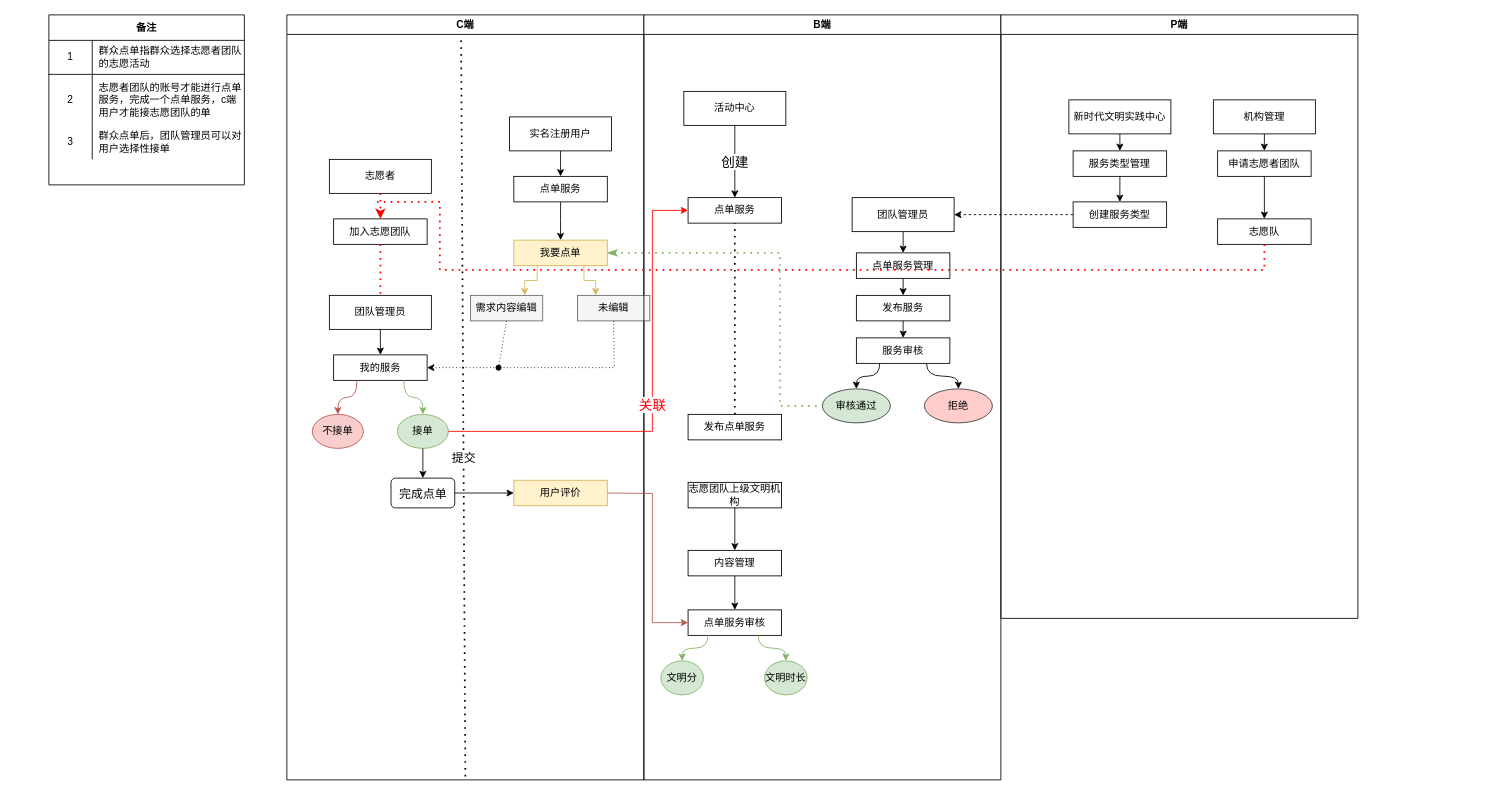
KZ137onethe/hello-world keeps this draw.io diagram as 未命名绘图.drawio. Above is the earlier version. Source tidied: cells renumbered, new cells numbered last; positions are measured from the earlier drawing's top-left corner, leaving out a move shared by most shapes. Both pictures are drawn from the tidied source at 85%, with x=0, y=0 at pixel (48, 14).
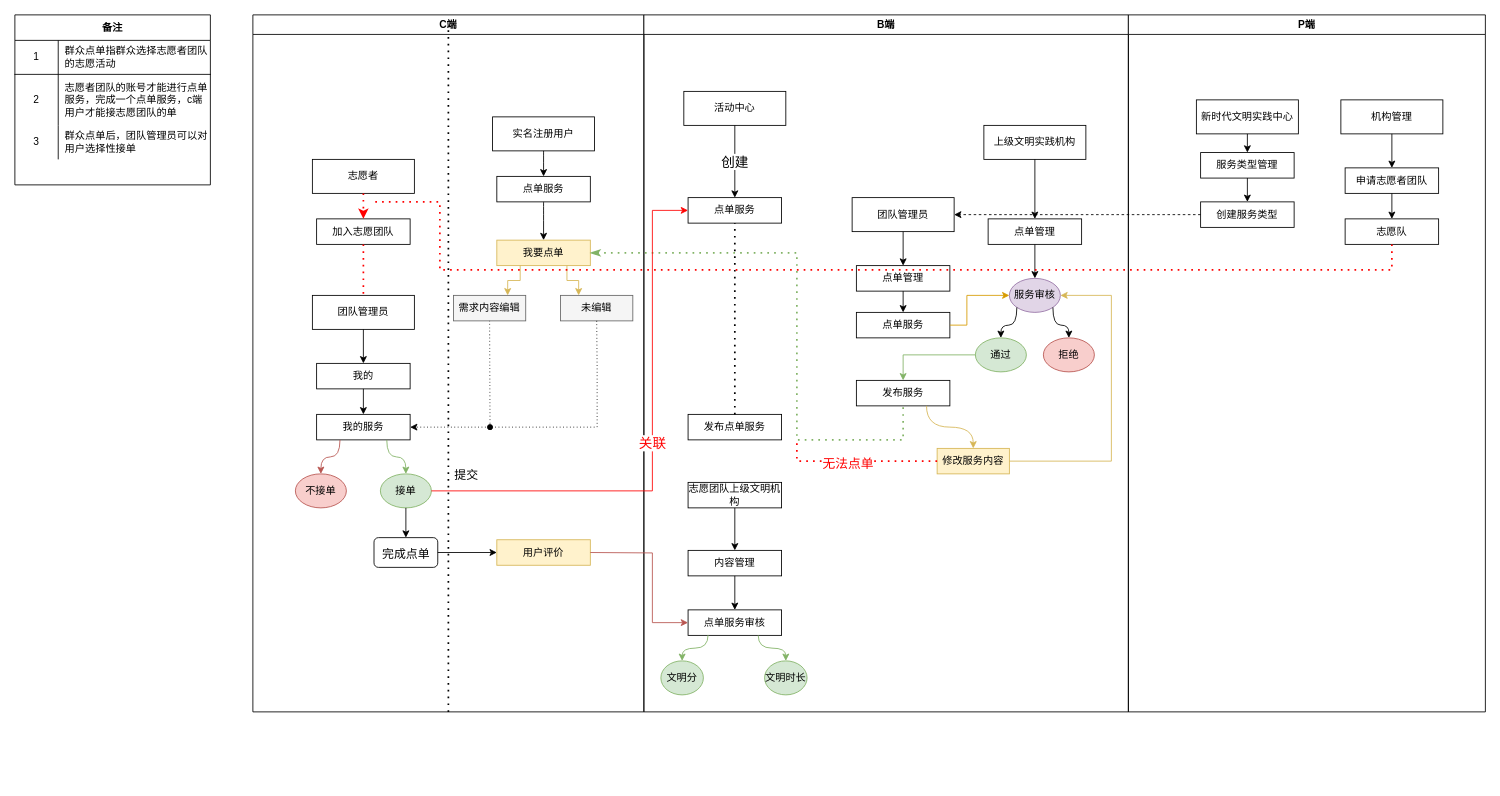
After the change.

Commit message (it also covers changes not shown here):
更新未命名绘图.drawio

Unchanged cells that the change refers to:
```xml
<mxCell id="45" value="团队管理员" style="rounded=0;whiteSpace=wrap;html=1;fontColor=default;strokeColor=default;fillColor=default;" parent="38" vertex="1">
  <mxGeometry x="245" y="215" width="120" height="40" as="geometry" />
</mxCell>
<mxCell id="50" value="点单服务" style="rounded=0;whiteSpace=wrap;html=1;fontColor=default;strokeColor=default;fillColor=default;" parent="38" vertex="1">
  <mxGeometry x="52" y="215" width="110" height="30" as="geometry" />
</mxCell>
<mxCell id="56" value="&lt;span style=&quot;font-weight: 400&quot;&gt;点单服务审核&lt;/span&gt;" style="rounded=0;whiteSpace=wrap;html=1;fontColor=default;strokeColor=default;fillColor=default;fontStyle=1;" parent="38" vertex="1">
  <mxGeometry x="52" y="700" width="110" height="30" as="geometry" />
</mxCell>
<mxCell id="72" value="志愿队" style="rounded=0;whiteSpace=wrap;html=1;fontColor=default;strokeColor=default;fillColor=default;" parent="63" vertex="1">
  <mxGeometry x="255" y="240" width="110" height="30" as="geometry" />
</mxCell>
```

The edit, as a diff of the source:
```diff
@@
     <mxCell id="2" value="备注" style="shape=table;startSize=30;childLayout=tableLayout;rowLines=0;fontStyle=1;align=center;fillColor=default;strokeColor=default;fontColor=default;" parent="1" vertex="1">
-      <mxGeometry width="230" height="200" as="geometry" />
+      <mxGeometry x="-40" width="230" height="200" as="geometry" />
     </mxCell>
@@
     <mxCell id="12" value="C端" style="swimlane;fontColor=default;strokeColor=default;fillColor=default;" parent="1" vertex="1">
-      <mxGeometry x="280" width="420" height="900" as="geometry" />
+      <mxGeometry x="240" width="460" height="820" as="geometry" />
     </mxCell>
     <mxCell id="13" value="我要点单" style="rounded=0;whiteSpace=wrap;html=1;strokeColor=#d6b656;fillColor=#fff2cc;fontColor=default;" parent="12" vertex="1">
-      <mxGeometry x="267" y="265" width="110" height="30" as="geometry" />
+      <mxGeometry x="287" y="265" width="110" height="30" as="geometry" />
     </mxCell>
     <mxCell id="14" value="实名注册用户" style="rounded=0;whiteSpace=wrap;html=1;fontColor=default;strokeColor=default;fillColor=default;" parent="12" vertex="1">
-      <mxGeometry x="262" y="120" width="120" height="40" as="geometry" />
+      <mxGeometry x="282" y="120" width="120" height="40" as="geometry" />
     </mxCell>
     <mxCell id="15" value="点单服务" style="rounded=0;whiteSpace=wrap;html=1;fontColor=default;strokeColor=default;fillColor=default;" parent="12" vertex="1">
-      <mxGeometry x="267" y="190" width="110" height="30" as="geometry" />
+      <mxGeometry x="287" y="190" width="110" height="30" as="geometry" />
     </mxCell>
@@
     <mxCell id="17" value="需求内容编辑" style="rounded=0;whiteSpace=wrap;html=1;fontColor=default;strokeColor=#666666;fillColor=#f5f5f5;" parent="12" vertex="1">
-      <mxGeometry x="216" y="330" width="85" height="30" as="geometry" />
+      <mxGeometry x="236" y="330" width="85" height="30" as="geometry" />
     </mxCell>
@@
     <mxCell id="19" value="未编辑" style="rounded=0;whiteSpace=wrap;html=1;fontColor=default;strokeColor=#666666;fillColor=#f5f5f5;" parent="12" vertex="1">
-      <mxGeometry x="342" y="330" width="85" height="30" as="geometry" />
+      <mxGeometry x="362" y="330" width="85" height="30" as="geometry" />
     </mxCell>
@@
     <mxCell id="22" value="团队管理员" style="rounded=0;whiteSpace=wrap;html=1;fillColor=default;strokeColor=default;fontColor=default;" parent="12" vertex="1">
-      <mxGeometry x="50" y="330" width="120" height="40" as="geometry" />
+      <mxGeometry x="70" y="330" width="120" height="40" as="geometry" />
     </mxCell>
     <mxCell id="23" value="我的服务" style="rounded=0;whiteSpace=wrap;html=1;fontColor=default;strokeColor=default;fillColor=default;" parent="12" vertex="1">
-      <mxGeometry x="55" y="400" width="110" height="30" as="geometry" />
+      <mxGeometry x="75" y="470" width="110" height="30" as="geometry" />
     </mxCell>
     <mxCell id="24" style="endArrow=classic;dashed=1;html=1;dashPattern=1 3;strokeWidth=1;rounded=0;labelBackgroundColor=default;fontSize=14;fontColor=default;fillColor=default;elbow=vertical;exitX=0.5;exitY=1;exitDx=0;exitDy=0;strokeColor=default;startArrow=none;startFill=0;endFill=1;entryX=1;entryY=0.5;entryDx=0;entryDy=0;" parent="12" edge="1" source="19" target="23">
       <mxGeometry relative="1" as="geometry">
         <Array as="points">
-          <mxPoint x="385" y="415" />
-          <mxPoint x="250" y="415" />
+          <mxPoint x="405" y="415" />
+          <mxPoint x="405" y="485" />
         </Array>
       </mxGeometry>
     </mxCell>
     <mxCell id="25" value="接单" style="ellipse;whiteSpace=wrap;html=1;strokeColor=#82b366;fillColor=#d5e8d4;fontColor=default;" parent="12" vertex="1">
-      <mxGeometry x="130" y="470" width="60" height="40" as="geometry" />
+      <mxGeometry x="150" y="540" width="60" height="40" as="geometry" />
     </mxCell>
     <mxCell id="26" value="不接单" style="ellipse;whiteSpace=wrap;html=1;strokeColor=#b85450;fillColor=#f8cecc;fontColor=default;" parent="12" vertex="1">
-      <mxGeometry x="30" y="470" width="60" height="40" as="geometry" />
+      <mxGeometry x="50" y="540" width="60" height="40" as="geometry" />
     </mxCell>
-    <mxCell id="27" style="endArrow=classic;html=1;rounded=0;labelBackgroundColor=default;fontSize=16;fontColor=default;strokeColor=default;strokeWidth=1;fillColor=default;elbow=vertical;exitX=0.5;exitY=1;exitDx=0;exitDy=0;entryX=0.5;entryY=0;entryDx=0;entryDy=0;" parent="12" edge="1" source="22" target="23">
+    <mxCell id="27" style="endArrow=classic;html=1;rounded=0;labelBackgroundColor=default;fontSize=16;fontColor=default;strokeColor=default;strokeWidth=1;fillColor=default;elbow=vertical;exitX=0.5;exitY=1;exitDx=0;exitDy=0;entryX=0.5;entryY=0;entryDx=0;entryDy=0;" parent="12" edge="1" source="22" target="83">
       <mxGeometry relative="1" as="geometry" />
     </mxCell>
@@
     <mxCell id="30" value="&lt;font style=&quot;font-size: 14px&quot; color=&quot;#000000&quot;&gt;完成点单&lt;/font&gt;" style="rounded=1;whiteSpace=wrap;html=1;labelBackgroundColor=default;fontSize=16;fontColor=#FF0000;strokeColor=default;fillColor=default;" parent="12" vertex="1">
-      <mxGeometry x="122.5" y="545" width="75" height="35" as="geometry" />
+      <mxGeometry x="142.5" y="615" width="75" height="35" as="geometry" />
     </mxCell>
@@
     <mxCell id="32" value="用户评价" style="rounded=0;whiteSpace=wrap;html=1;strokeColor=#d6b656;fillColor=#fff2cc;fontColor=default;" parent="12" vertex="1">
-      <mxGeometry x="267" y="547.5" width="110" height="30" as="geometry" />
+      <mxGeometry x="287" y="617.5" width="110" height="30" as="geometry" />
     </mxCell>
@@
     <mxCell id="34" value="志愿者" style="rounded=0;whiteSpace=wrap;html=1;fontColor=default;strokeColor=default;fillColor=default;" parent="12" vertex="1">
-      <mxGeometry x="50" y="170" width="120" height="40" as="geometry" />
+      <mxGeometry x="70" y="170" width="120" height="40" as="geometry" />
     </mxCell>
     <mxCell id="35" value="加入志愿团队" style="rounded=0;whiteSpace=wrap;html=1;fontColor=default;strokeColor=default;fillColor=default;" parent="12" vertex="1">
-      <mxGeometry x="55" y="240" width="110" height="30" as="geometry" />
+      <mxGeometry x="75" y="240" width="110" height="30" as="geometry" />
     </mxCell>
@@
+    <mxCell id="83" value="我的" style="rounded=0;whiteSpace=wrap;html=1;fontColor=default;strokeColor=default;fillColor=default;" parent="12" vertex="1">
+      <mxGeometry x="75" y="410" width="110" height="30" as="geometry" />
+    </mxCell>
+    <mxCell id="84" style="endArrow=classic;html=1;rounded=0;exitX=0.5;exitY=1;exitDx=0;exitDy=0;" parent="12" edge="1" source="83" target="23">
+      <mxGeometry relative="1" as="geometry" />
+    </mxCell>
     <mxCell id="38" value="B端" style="swimlane;fontColor=default;strokeColor=default;fillColor=default;" parent="1" vertex="1">
-      <mxGeometry x="700" width="420" height="900" as="geometry" />
+      <mxGeometry x="700" width="570" height="820" as="geometry" />
     </mxCell>
-    <mxCell id="39" value="点单服务管理" style="rounded=0;whiteSpace=wrap;html=1;fontColor=default;strokeColor=default;fillColor=default;" parent="38" vertex="1">
-      <mxGeometry x="250" y="280" width="110" height="30" as="geometry" />
-    </mxCell>
-    <mxCell id="40" style="endArrow=classic;html=1;rounded=0;labelBackgroundColor=default;fontColor=default;strokeColor=default;exitX=0.5;exitY=1;exitDx=0;exitDy=0;fillColor=default;entryX=0.5;entryY=0;entryDx=0;entryDy=0;" parent="38" edge="1" source="45" target="39">
-      <mxGeometry relative="1" as="geometry" />
+    <mxCell id="40" style="endArrow=classic;html=1;rounded=0;labelBackgroundColor=default;fontColor=default;strokeColor=default;exitX=0.5;exitY=1;exitDx=0;exitDy=0;fillColor=default;" parent="38" edge="1" target="85">
+      <mxGeometry relative="1" as="geometry">
+        <mxPoint x="305" y="240" as="sourcePoint" />
+      </mxGeometry>
     </mxCell>
     <mxCell id="41" value="发布服务" style="rounded=0;whiteSpace=wrap;html=1;fontColor=default;strokeColor=default;fillColor=default;" parent="38" vertex="1">
-      <mxGeometry x="250" y="330" width="110" height="30" as="geometry" />
+      <mxGeometry x="250" y="430" width="110" height="30" as="geometry" />
     </mxCell>
-    <mxCell id="42" style="endArrow=classic;html=1;rounded=0;labelBackgroundColor=default;fontColor=default;strokeColor=default;fillColor=default;exitX=0.5;exitY=1;exitDx=0;exitDy=0;entryX=0.5;entryY=0;entryDx=0;entryDy=0;" parent="38" edge="1" source="39" target="41">
-      <mxGeometry relative="1" as="geometry" />
-    </mxCell>
-    <mxCell id="43" value="服务审核" style="rounded=0;whiteSpace=wrap;html=1;fontColor=default;strokeColor=default;fillColor=default;" parent="38" vertex="1">
-      <mxGeometry x="250" y="380" width="110" height="30" as="geometry" />
-    </mxCell>
-    <mxCell id="44" style="endArrow=classic;html=1;rounded=0;labelBackgroundColor=default;fontColor=default;strokeColor=default;fillColor=default;exitX=0.5;exitY=1;exitDx=0;exitDy=0;entryX=0.5;entryY=0;entryDx=0;entryDy=0;" parent="38" edge="1" source="41" target="43">
-      <mxGeometry relative="1" as="geometry" />
-    </mxCell>
@@
-    <mxCell id="46" value="审核通过" style="ellipse;whiteSpace=wrap;html=1;strokeColor=#36393d;fillColor=#D5E8D4;fontColor=default;" parent="38" vertex="1">
-      <mxGeometry x="210" y="440" width="80" height="40" as="geometry" />
-    </mxCell>
-    <mxCell id="47" value="拒绝" style="ellipse;whiteSpace=wrap;html=1;strokeColor=#36393d;fillColor=#ffcccc;fontColor=default;" parent="38" vertex="1">
-      <mxGeometry x="330" y="440" width="80" height="40" as="geometry" />
-    </mxCell>
-    <mxCell id="48" style="endArrow=classic;html=1;rounded=0;labelBackgroundColor=default;fontColor=default;strokeColor=default;fillColor=default;exitX=0.25;exitY=1;exitDx=0;exitDy=0;entryX=0.5;entryY=0;entryDx=0;entryDy=0;edgeStyle=orthogonalEdgeStyle;curved=1;" parent="38" edge="1" source="43" target="46">
-      <mxGeometry relative="1" as="geometry" />
-    </mxCell>
@@
-    <mxCell id="53" style="endArrow=classic;html=1;rounded=0;exitX=0.75;exitY=1;exitDx=0;exitDy=0;entryX=0.5;entryY=0;entryDx=0;entryDy=0;edgeStyle=orthogonalEdgeStyle;curved=1;" parent="38" edge="1" source="43" target="47">
-      <mxGeometry relative="1" as="geometry" />
-    </mxCell>
@@
+    <mxCell id="85" value="点单管理" style="rounded=0;whiteSpace=wrap;html=1;fontColor=default;strokeColor=default;fillColor=default;" parent="38" vertex="1">
+      <mxGeometry x="250" y="295" width="110" height="30" as="geometry" />
+    </mxCell>
+    <mxCell id="86" value="上级文明实践机构" style="rounded=0;whiteSpace=wrap;html=1;fontColor=default;strokeColor=default;fillColor=default;" parent="38" vertex="1">
+      <mxGeometry x="400" y="130" width="120" height="40" as="geometry" />
+    </mxCell>
+    <mxCell id="87" value="点单服务" style="rounded=0;whiteSpace=wrap;html=1;fontColor=default;strokeColor=default;fillColor=default;" parent="38" vertex="1">
+      <mxGeometry x="250" y="350" width="110" height="30" as="geometry" />
+    </mxCell>
+    <mxCell id="88" style="endArrow=classic;html=1;rounded=0;exitX=1;exitY=0.5;exitDx=0;exitDy=0;entryX=0;entryY=0.5;entryDx=0;entryDy=0;fillColor=#ffe6cc;strokeColor=#d79b00;" parent="38" edge="1" source="87" target="43">
+      <mxGeometry relative="1" as="geometry">
+        <Array as="points">
+          <mxPoint x="380" y="365" />
+          <mxPoint x="380" y="330" />
+        </Array>
+      </mxGeometry>
+    </mxCell>
+    <mxCell id="89" style="endArrow=classic;html=1;rounded=0;exitX=0.5;exitY=1;exitDx=0;exitDy=0;entryX=0.5;entryY=0;entryDx=0;entryDy=0;" parent="38" edge="1" source="85" target="87">
+      <mxGeometry relative="1" as="geometry" />
+    </mxCell>
+    <mxCell id="90" value="点单管理" style="rounded=0;whiteSpace=wrap;html=1;fontColor=default;strokeColor=default;fillColor=default;" parent="38" vertex="1">
+      <mxGeometry x="405" y="240" width="110" height="30" as="geometry" />
+    </mxCell>
+    <mxCell id="91" style="endArrow=classic;html=1;rounded=0;exitX=0.5;exitY=1;exitDx=0;exitDy=0;entryX=0.5;entryY=0;entryDx=0;entryDy=0;" parent="38" edge="1" source="86" target="90">
+      <mxGeometry relative="1" as="geometry" />
+    </mxCell>
+    <mxCell id="43" value="服务审核" style="ellipse;whiteSpace=wrap;html=1;fillColor=#e1d5e7;strokeColor=#9673a6;" parent="38" vertex="1">
+      <mxGeometry x="430" y="310" width="60" height="40" as="geometry" />
+    </mxCell>
+    <mxCell id="92" style="endArrow=classic;html=1;rounded=0;exitX=0.5;exitY=1;exitDx=0;exitDy=0;entryX=0.5;entryY=0;entryDx=0;entryDy=0;" parent="38" edge="1" source="90" target="43">
+      <mxGeometry relative="1" as="geometry" />
+    </mxCell>
+    <mxCell id="93" value="通过" style="ellipse;whiteSpace=wrap;html=1;fillColor=#d5e8d4;strokeColor=#82b366;" parent="38" vertex="1">
+      <mxGeometry x="390" y="380" width="60" height="40" as="geometry" />
+    </mxCell>
+    <mxCell id="47" value="拒绝" style="ellipse;whiteSpace=wrap;html=1;fillColor=#f8cecc;strokeColor=#b85450;" parent="38" vertex="1">
+      <mxGeometry x="470" y="380" width="60" height="40" as="geometry" />
+    </mxCell>
+    <mxCell id="94" style="endArrow=classic;html=1;rounded=0;exitX=0;exitY=1;exitDx=0;exitDy=0;entryX=0.5;entryY=0;entryDx=0;entryDy=0;edgeStyle=orthogonalEdgeStyle;curved=1;" parent="38" edge="1" source="43" target="93">
+      <mxGeometry relative="1" as="geometry" />
+    </mxCell>
+    <mxCell id="53" style="endArrow=classic;html=1;rounded=0;exitX=1;exitY=1;exitDx=0;exitDy=0;entryX=0.5;entryY=0;entryDx=0;entryDy=0;edgeStyle=orthogonalEdgeStyle;curved=1;" parent="38" edge="1" source="43" target="47">
+      <mxGeometry relative="1" as="geometry" />
+    </mxCell>
+    <mxCell id="95" style="endArrow=classic;html=1;rounded=0;exitX=0;exitY=0.5;exitDx=0;exitDy=0;entryX=0.5;entryY=0;entryDx=0;entryDy=0;fillColor=#d5e8d4;strokeColor=#82b366;" parent="38" edge="1" source="93" target="41">
+      <mxGeometry relative="1" as="geometry">
+        <Array as="points">
+          <mxPoint x="305" y="400" />
+        </Array>
+      </mxGeometry>
+    </mxCell>
+    <mxCell id="96" value="修改服务内容" style="rounded=0;whiteSpace=wrap;html=1;strokeColor=#d6b656;fillColor=#fff2cc;fontColor=default;" parent="38" vertex="1">
+      <mxGeometry x="345" y="510" width="85" height="30" as="geometry" />
+    </mxCell>
+    <mxCell id="97" style="endArrow=classic;html=1;rounded=0;exitX=0.75;exitY=1;exitDx=0;exitDy=0;entryX=0.5;entryY=0;entryDx=0;entryDy=0;edgeStyle=orthogonalEdgeStyle;curved=1;fillColor=#fff2cc;strokeColor=#d6b656;" parent="38" edge="1" source="41" target="96">
+      <mxGeometry relative="1" as="geometry" />
+    </mxCell>
+    <mxCell id="98" style="endArrow=classic;html=1;rounded=0;exitX=1;exitY=0.5;exitDx=0;exitDy=0;entryX=1;entryY=0.5;entryDx=0;entryDy=0;fillColor=#fff2cc;strokeColor=#d6b656;" parent="38" edge="1" source="96" target="43">
+      <mxGeometry relative="1" as="geometry">
+        <Array as="points">
+          <mxPoint x="550" y="525" />
+          <mxPoint x="550" y="330" />
+        </Array>
+      </mxGeometry>
+    </mxCell>
     <mxCell id="63" value="P端" style="swimlane;fontColor=default;strokeColor=default;fillColor=default;startSize=23;" parent="1" vertex="1">
-      <mxGeometry x="1120" width="420" height="710" as="geometry" />
+      <mxGeometry x="1270" width="420" height="820" as="geometry" />
     </mxCell>
@@
     <mxCell id="65" value="服务类型管理" style="rounded=0;whiteSpace=wrap;html=1;fontColor=default;strokeColor=default;fillColor=default;" parent="63" vertex="1">
-      <mxGeometry x="85" y="160" width="110" height="30" as="geometry" />
+      <mxGeometry x="85" y="162" width="110" height="30" as="geometry" />
     </mxCell>
@@
     <mxCell id="70" value="申请志愿者团队" style="rounded=0;whiteSpace=wrap;html=1;fontColor=default;strokeColor=default;fillColor=default;" parent="63" vertex="1">
-      <mxGeometry x="255" y="160" width="110" height="30" as="geometry" />
+      <mxGeometry x="255" y="180" width="110" height="30" as="geometry" />
     </mxCell>
@@
-    <mxCell id="75" style="endArrow=none;dashed=1;html=1;dashPattern=1 3;strokeWidth=2;rounded=0;labelBackgroundColor=default;fontSize=14;fontColor=default;fillColor=#d5e8d4;elbow=vertical;exitX=1;exitY=0.5;exitDx=0;exitDy=0;strokeColor=#82b366;entryX=0;entryY=0.5;entryDx=0;entryDy=0;startArrow=classicThin;startFill=1;" parent="1" edge="1" source="13" target="46">
+    <mxCell id="75" style="endArrow=none;dashed=1;html=1;dashPattern=1 3;strokeWidth=2;rounded=0;labelBackgroundColor=default;fontSize=14;fontColor=default;fillColor=#d5e8d4;elbow=vertical;exitX=1;exitY=0.5;exitDx=0;exitDy=0;strokeColor=#82b366;entryX=0.5;entryY=1;entryDx=0;entryDy=0;startArrow=classicThin;startFill=1;" parent="1" edge="1" source="13" target="41">
       <mxGeometry relative="1" as="geometry">
         <Array as="points">
-          <mxPoint x="860" y="280" />
-          <mxPoint x="860" y="460" />
+          <mxPoint x="880" y="280" />
+          <mxPoint x="880" y="500" />
+          <mxPoint x="1005" y="500" />
         </Array>
       </mxGeometry>
     </mxCell>
     <mxCell id="76" style="endArrow=oval;dashed=1;html=1;dashPattern=1 3;strokeWidth=1;rounded=0;labelBackgroundColor=default;fontSize=16;fontColor=default;fillColor=default;curved=1;elbow=vertical;strokeColor=default;endFill=1;exitX=0.5;exitY=1;exitDx=0;exitDy=0;" parent="1" edge="1" source="17">
       <mxGeometry relative="1" as="geometry">
-        <mxPoint x="529" y="415" as="targetPoint" />
+        <mxPoint x="519" y="485" as="targetPoint" />
       </mxGeometry>
     </mxCell>
@@
     <mxCell id="78" value="&lt;font color=&quot;#ff0000&quot;&gt;关联&lt;/font&gt;" style="endArrow=classic;html=1;rounded=0;labelBackgroundColor=default;fontSize=16;fontColor=default;strokeColor=#FF0000;strokeWidth=1;fillColor=default;elbow=vertical;exitX=1;exitY=0.5;exitDx=0;exitDy=0;entryX=0;entryY=0.5;entryDx=0;entryDy=0;" parent="1" edge="1" source="25" target="50">
       <mxGeometry relative="1" as="geometry">
         <Array as="points">
-          <mxPoint x="710" y="490" />
+          <mxPoint x="710" y="560" />
           <mxPoint x="710" y="230" />
         </Array>
       </mxGeometry>
     </mxCell>
-    <mxCell id="79" style="endArrow=none;dashed=1;html=1;dashPattern=1 3;strokeWidth=2;rounded=0;labelBackgroundColor=default;fontSize=14;fontColor=default;fillColor=default;elbow=vertical;strokeColor=default;entryX=0.5;entryY=1;entryDx=0;entryDy=0;" parent="1" edge="1" target="12">
-      <mxGeometry relative="1" as="geometry">
-        <mxPoint x="485" y="30" as="sourcePoint" />
-      </mxGeometry>
+    <mxCell id="79" style="endArrow=none;dashed=1;html=1;dashPattern=1 3;strokeWidth=2;rounded=0;labelBackgroundColor=default;fontSize=14;fontColor=default;fillColor=default;elbow=vertical;strokeColor=default;entryX=0.5;entryY=1;entryDx=0;entryDy=0;exitX=0.5;exitY=0.022;exitDx=0;exitDy=0;exitPerimeter=0;" parent="1" edge="1" source="12" target="12">
+      <mxGeometry relative="1" as="geometry" />
     </mxCell>
     <mxCell id="80" value="提交" style="edgeLabel;html=1;align=center;verticalAlign=middle;fontSize=14;fontColor=default;" parent="79" vertex="1">
-      <mxGeometry x="0.13" relative="1" as="geometry" />
+      <mxGeometry x="0.13" relative="1" as="geometry">
+        <mxPoint x="20" y="70" as="offset" />
+      </mxGeometry>
     </mxCell>
     <mxCell id="81" style="endArrow=none;dashed=1;html=1;dashPattern=1 3;strokeWidth=2;rounded=0;labelBackgroundColor=default;fontSize=14;fontColor=default;fillColor=default;elbow=vertical;strokeColor=#FF0000;exitX=0.5;exitY=1;exitDx=0;exitDy=0;" parent="1" edge="1" source="72">
       <mxGeometry relative="1" as="geometry">
         <mxPoint x="380" y="220" as="targetPoint" />
         <Array as="points">
-          <mxPoint x="1430" y="300" />
+          <mxPoint x="1580" y="300" />
           <mxPoint x="460" y="300" />
           <mxPoint x="460" y="220" />
         </Array>
       </mxGeometry>
     </mxCell>
     <mxCell id="82" style="endArrow=classic;html=1;rounded=0;exitX=1;exitY=0.5;exitDx=0;exitDy=0;fillColor=#f8cecc;strokeColor=#b85450;entryX=0;entryY=0.5;entryDx=0;entryDy=0;" parent="1" edge="1" source="32" target="56">
       <mxGeometry relative="1" as="geometry">
         <Array as="points">
-          <mxPoint x="710" y="563" />
+          <mxPoint x="710" y="633" />
           <mxPoint x="710" y="715" />
         </Array>
       </mxGeometry>
     </mxCell>
+    <mxCell id="99" style="endArrow=none;dashed=1;html=1;dashPattern=1 3;strokeWidth=2;rounded=0;exitX=0;exitY=0.5;exitDx=0;exitDy=0;fillColor=#ffe6cc;strokeColor=#FF0000;" parent="1" edge="1" source="96">
+      <mxGeometry relative="1" as="geometry">
+        <mxPoint x="880" y="500" as="targetPoint" />
+        <Array as="points">
+          <mxPoint x="880" y="525" />
+        </Array>
+      </mxGeometry>
+    </mxCell>
+    <mxCell id="100" value="&lt;font color=&quot;#ff0000&quot; style=&quot;font-size: 15px&quot;&gt;无法点单&lt;/font&gt;" style="edgeLabel;html=1;align=center;verticalAlign=middle;" parent="99" vertex="1">
+      <mxGeometry x="0.12" y="1" relative="1" as="geometry" />
+    </mxCell>
```
